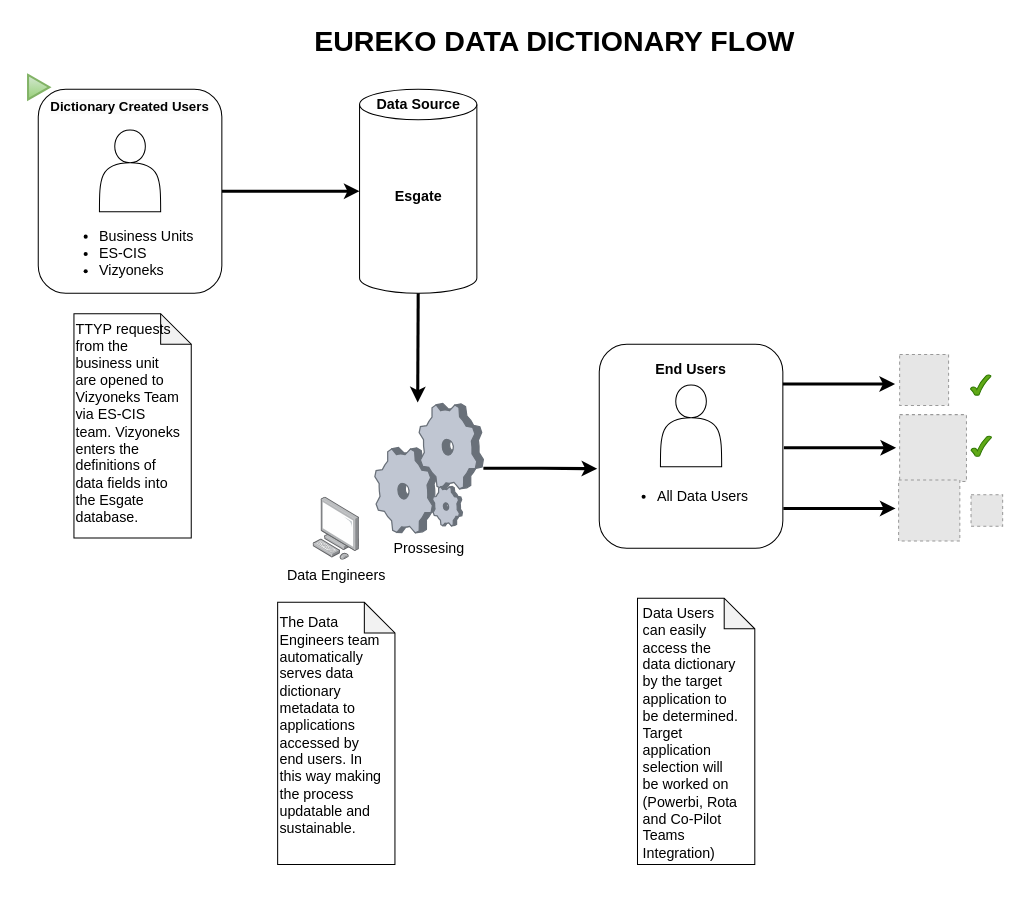
Above: v2.drawio in burakyegin/burakyegin.github.io (draw.io), before the change. Source tidied: cells renumbered, new cells numbered last; positions are measured from the earlier drawing's top-left corner, leaving out a move shared by most shapes. Both pictures are drawn from the tidied source at 102%, with x=0, y=0 at pixel (17, 17). Pictures stored in the file or linked from it are replaced by grey dashed boxes.
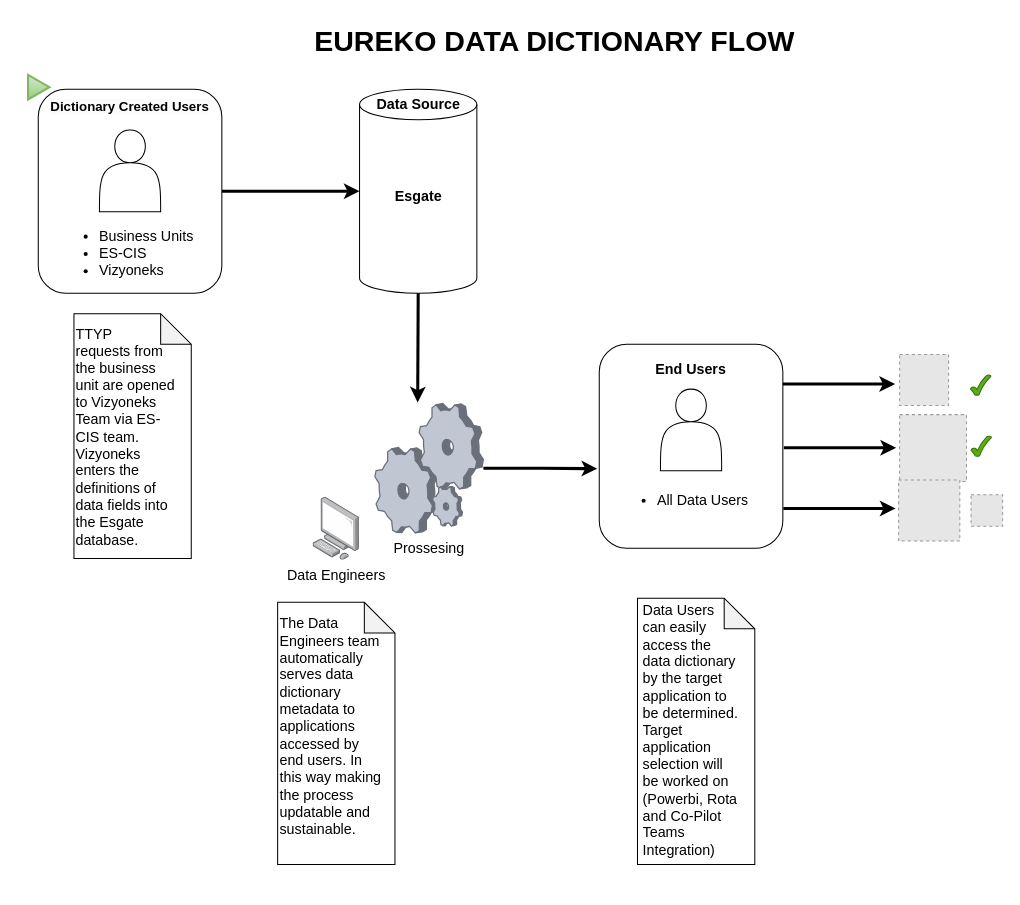
Above is the later version.

The edit, as a diff of the source:
```diff
@@
     <mxCell id="4" style="shape=note;whiteSpace=wrap;html=1;backgroundOutline=1;darkOpacity=0.05;" parent="1" vertex="1">
-      <mxGeometry x="55" y="290" width="115" height="220" as="geometry" />
+      <mxGeometry x="55" y="290" width="115" height="240" as="geometry" />
     </mxCell>
@@
     <mxCell id="15" style="shape=actor;whiteSpace=wrap;html=1;align=left;" parent="1" vertex="1">
-      <mxGeometry x="630" y="360" width="60" height="80" as="geometry" />
+      <mxGeometry x="630" y="364" width="60" height="80" as="geometry" />
     </mxCell>
@@
     <mxCell id="17" value="&lt;ul&gt;&lt;li&gt;All Data Users&lt;/li&gt;&lt;/ul&gt;" style="text;html=1;whiteSpace=wrap;overflow=hidden;rounded=0;fontSize=14;" parent="1" vertex="1">
-      <mxGeometry x="585" y="440" width="150" height="70" as="geometry" />
+      <mxGeometry x="585" y="444" width="150" height="70" as="geometry" />
     </mxCell>
@@
-    <mxCell id="31" value="&lt;font style=&quot;font-size: 14px;&quot;&gt;TTYP&amp;nbsp;&lt;/font&gt;&lt;span style=&quot;font-size: 14px; background-color: transparent; color: light-dark(rgb(0, 0, 0), rgb(255, 255, 255));&quot;&gt;requests from the business unit are opened to Vizyoneks Team via ES-CIS team. Vizyoneks enters the definitions of data fields into the Esgate database.&lt;/span&gt;" style="text;html=1;whiteSpace=wrap;overflow=hidden;rounded=0;" parent="1" vertex="1">
-      <mxGeometry x="55" y="290" width="105" height="220" as="geometry" />
+    <mxCell id="31" value="&lt;font style=&quot;font-size: 14px;&quot;&gt;TTYP&amp;nbsp;&lt;/font&gt;&lt;div&gt;&lt;span style=&quot;font-size: 14px; background-color: transparent; color: light-dark(rgb(0, 0, 0), rgb(255, 255, 255));&quot;&gt;requests from the business unit are opened to Vizyoneks Team via ES-CIS team. Vizyoneks enters the definitions of data fields into the Esgate database.&lt;/span&gt;&lt;/div&gt;" style="text;html=1;whiteSpace=wrap;overflow=hidden;rounded=0;" parent="1" vertex="1">
+      <mxGeometry x="55" y="295" width="105" height="235" as="geometry" />
     </mxCell>
     <mxCell id="32" value="&lt;font style=&quot;font-size: 14px;&quot;&gt;The Data Engineers team automatically serves data dictionary metadata to applications accessed by end users. In this way making the process updatable and sustainable.&amp;nbsp;&lt;/font&gt;" style="text;html=1;whiteSpace=wrap;overflow=hidden;rounded=0;" parent="1" vertex="1">
-      <mxGeometry x="254.7" y="578" width="105.3" height="252" as="geometry" />
+      <mxGeometry x="254.7" y="579" width="105.3" height="252" as="geometry" />
     </mxCell>
     <mxCell id="33" value="&lt;font style=&quot;font-size: 14px;&quot;&gt;Data Users&lt;/font&gt;&lt;div&gt;&lt;font style=&quot;font-size: 14px;&quot;&gt;can easily access the data dictionary by the target application to be determined. Target application selection will be worked on (Powerbi, Rota and Co-Pilot Teams Integration)&lt;/font&gt;&lt;/div&gt;" style="text;html=1;whiteSpace=wrap;overflow=hidden;rounded=0;" parent="1" vertex="1">
-      <mxGeometry x="611" y="569" width="99" height="281" as="geometry" />
+      <mxGeometry x="611" y="566" width="99" height="281" as="geometry" />
     </mxCell>
```
